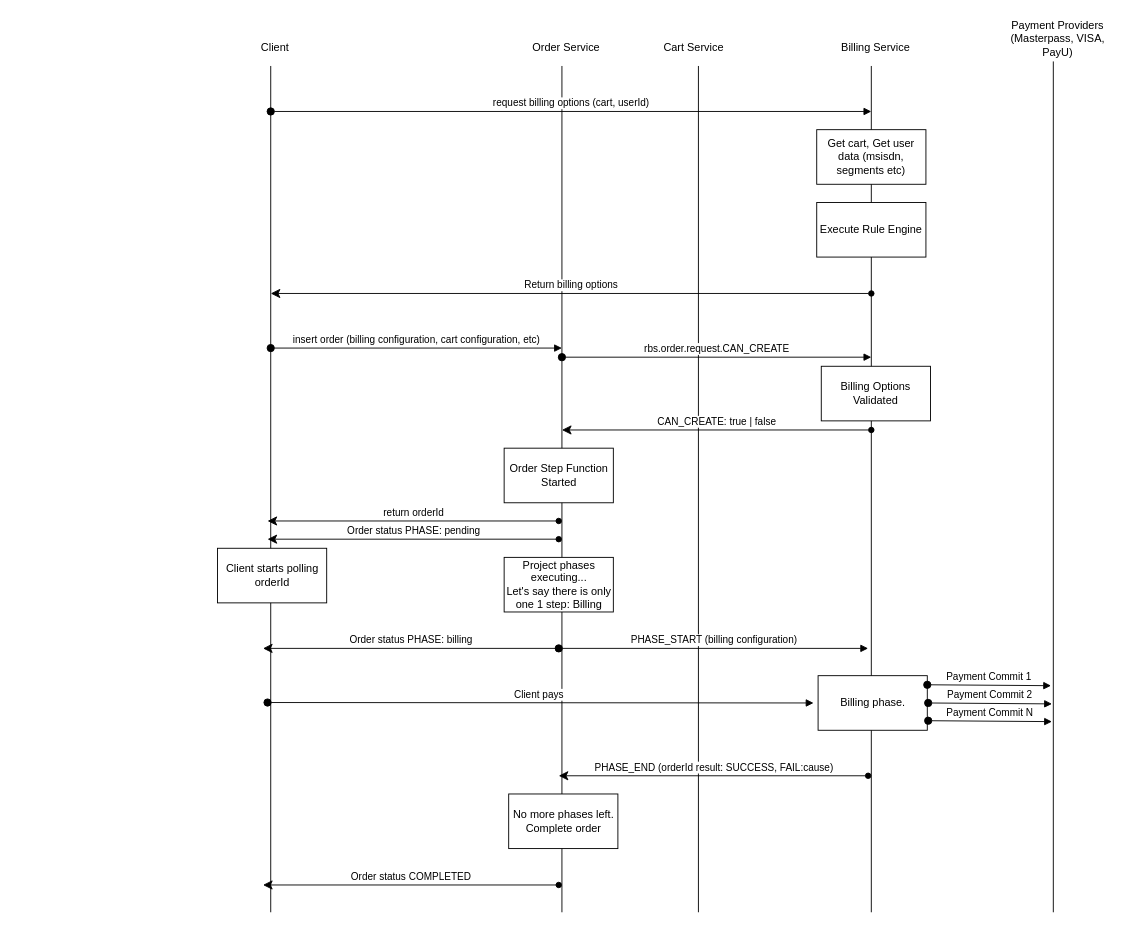
Earlier version of the draw.io diagram docs/billing-flow.drawio (rettersoft/rbs-docs). Source tidied: cells renumbered, new cells numbered last; positions are measured from the earlier drawing's top-left corner, leaving out a move shared by most shapes. Both pictures are drawn from the tidied source at 91%, with x=0, y=0 at pixel (216, 15).
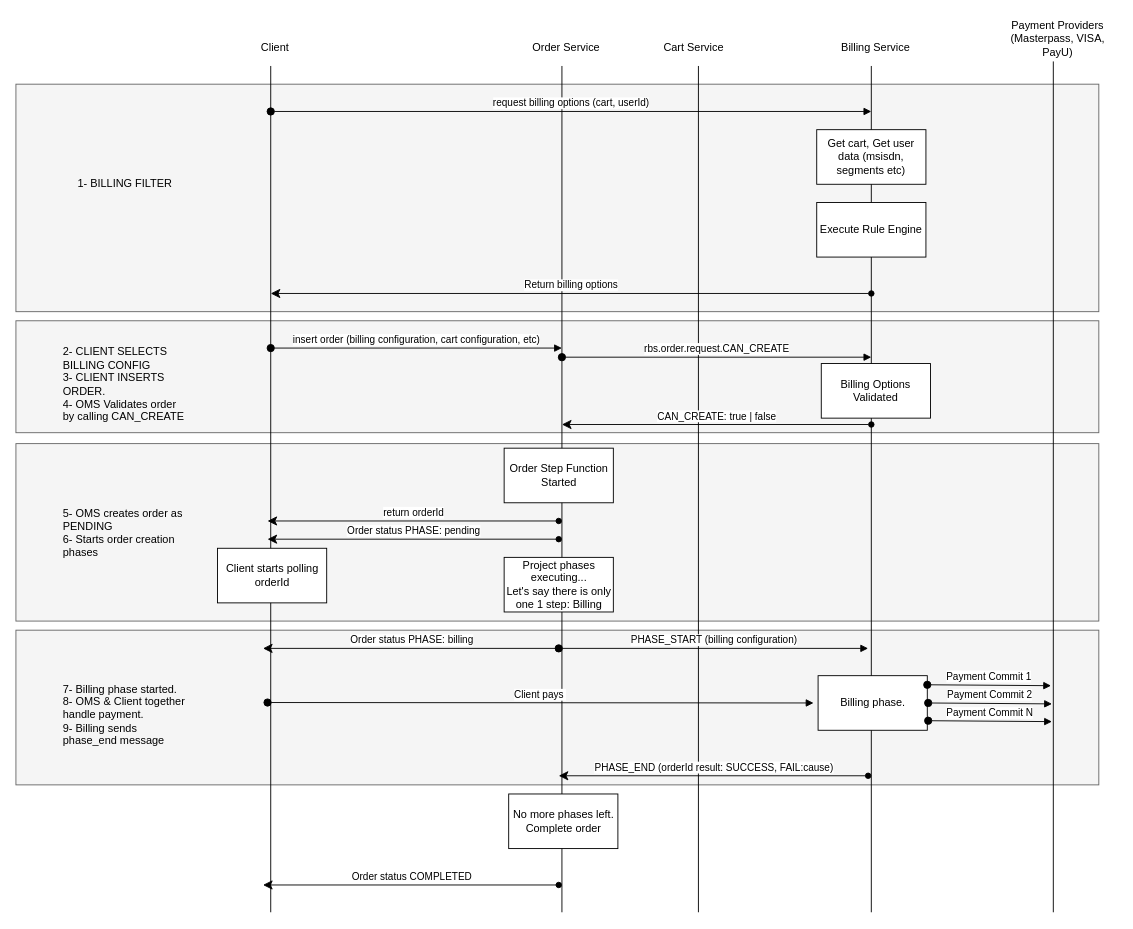
The same diagram, later.

Commit message:
billing phases diagram improved

The edit, as a diff of the source:
```diff
@@
+    <mxCell id="35" style="rounded=0;whiteSpace=wrap;html=1;fillColor=#f5f5f5;strokeColor=#666666;fontColor=#333333;" parent="1" vertex="1">
+      <mxGeometry x="-220" y="675" width="1190" height="170" as="geometry" />
+    </mxCell>
+    <mxCell id="36" style="rounded=0;whiteSpace=wrap;html=1;fillColor=#f5f5f5;strokeColor=#666666;fontColor=#333333;" parent="1" vertex="1">
+      <mxGeometry x="-220" y="470" width="1190" height="195" as="geometry" />
+    </mxCell>
+    <mxCell id="37" style="rounded=0;whiteSpace=wrap;html=1;fillColor=#f5f5f5;strokeColor=#666666;fontColor=#333333;" parent="1" vertex="1">
+      <mxGeometry x="-220" y="335" width="1190" height="123" as="geometry" />
+    </mxCell>
+    <mxCell id="38" style="rounded=0;whiteSpace=wrap;html=1;fillColor=#f5f5f5;strokeColor=#666666;fontColor=#333333;" parent="1" vertex="1">
+      <mxGeometry x="-220" y="75" width="1190" height="250" as="geometry" />
+    </mxCell>
@@
     <mxCell id="33" value="Billing Options Validated" style="rounded=0;whiteSpace=wrap;html=1;" parent="1" vertex="1">
-      <mxGeometry x="665" y="385" width="120" height="60" as="geometry" />
+      <mxGeometry x="665" y="382" width="120" height="60" as="geometry" />
     </mxCell>
     <mxCell id="34" value="CAN_CREATE: true | false" style="html=1;verticalAlign=bottom;startArrow=classic;startFill=1;endArrow=oval;startSize=8;endFill=1;" parent="1" edge="1">
       <mxGeometry relative="1" as="geometry">
-        <mxPoint x="380" y="455" as="sourcePoint" />
-        <mxPoint x="720" y="455" as="targetPoint" />
+        <mxPoint x="380" y="449" as="sourcePoint" />
+        <mxPoint x="720" y="449" as="targetPoint" />
       </mxGeometry>
     </mxCell>
+    <mxCell id="39" value="1- BILLING FILTER" style="text;html=1;strokeColor=none;fillColor=none;align=center;verticalAlign=middle;whiteSpace=wrap;rounded=0;" parent="1" vertex="1">
+      <mxGeometry x="-170" y="142.5" width="140" height="85" as="geometry" />
+    </mxCell>
+    <mxCell id="40" value="2- CLIENT SELECTS BILLING CONFIG&lt;br&gt;3- CLIENT INSERTS ORDER.&lt;br&gt;4- OMS Validates order by calling CAN_CREATE" style="text;html=1;strokeColor=none;fillColor=none;align=left;verticalAlign=middle;whiteSpace=wrap;rounded=0;" parent="1" vertex="1">
+      <mxGeometry x="-170" y="362" width="140" height="85" as="geometry" />
+    </mxCell>
+    <mxCell id="41" value="5- OMS creates order as PENDING&lt;br&gt;6- Starts order creation phases" style="text;html=1;strokeColor=none;fillColor=none;align=left;verticalAlign=middle;whiteSpace=wrap;rounded=0;" parent="1" vertex="1">
+      <mxGeometry x="-170" y="525" width="140" height="85" as="geometry" />
+    </mxCell>
+    <mxCell id="42" value="7- Billing phase started.&amp;nbsp;&lt;br&gt;8- OMS &amp;amp; Client together handle payment.&amp;nbsp;&lt;br&gt;9- Billing sends phase_end message" style="text;html=1;strokeColor=none;fillColor=none;align=left;verticalAlign=middle;whiteSpace=wrap;rounded=0;" parent="1" vertex="1">
+      <mxGeometry x="-170" y="725" width="140" height="85" as="geometry" />
+    </mxCell>
```
